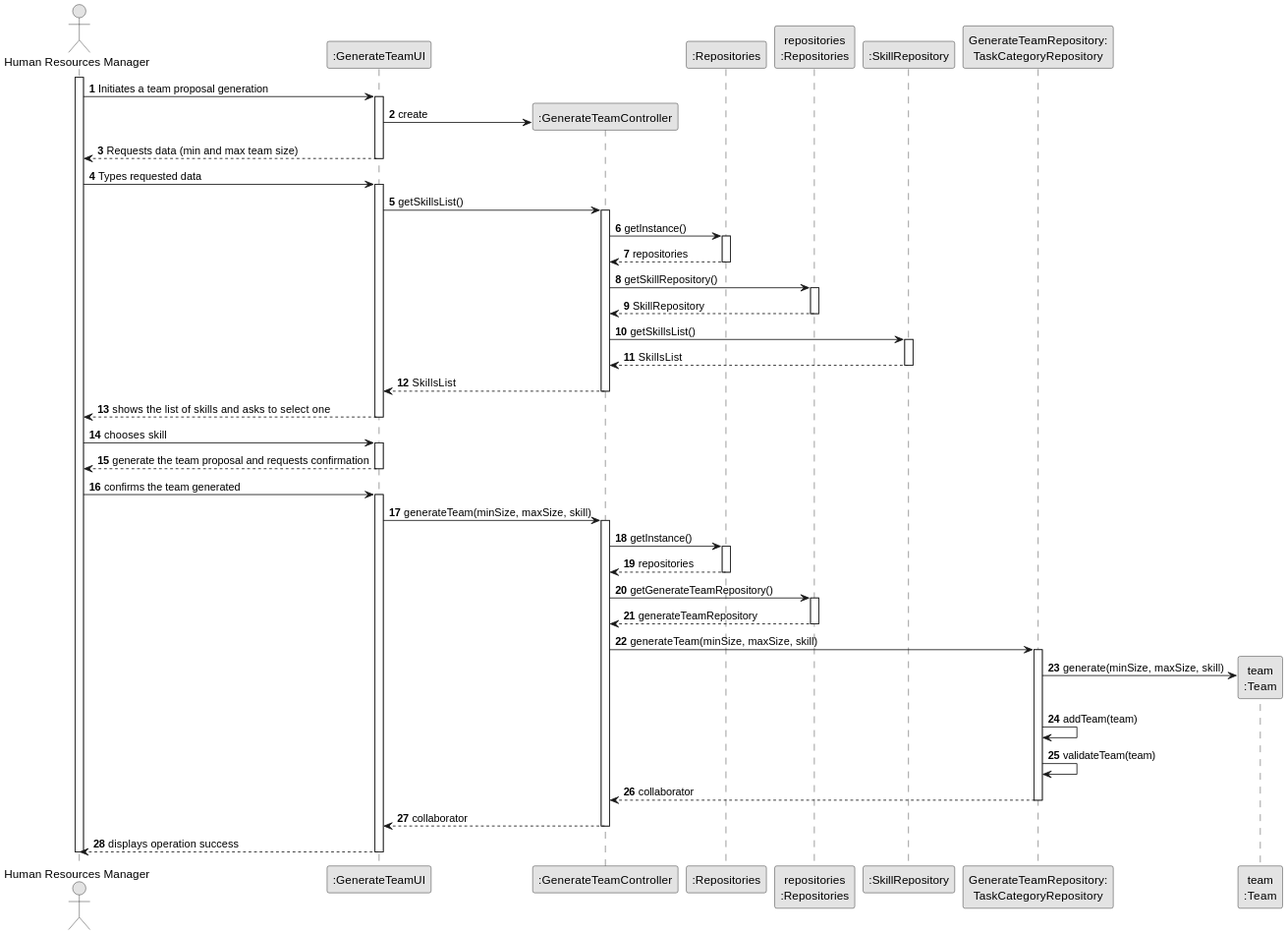
Before: docs/sprintA&B/us005/03.design/svg/us005-sequence-diagram-full.svg, a diagram exported from PlantUML (daniel41silva05/ISEP_2023_2024_LAPR2).
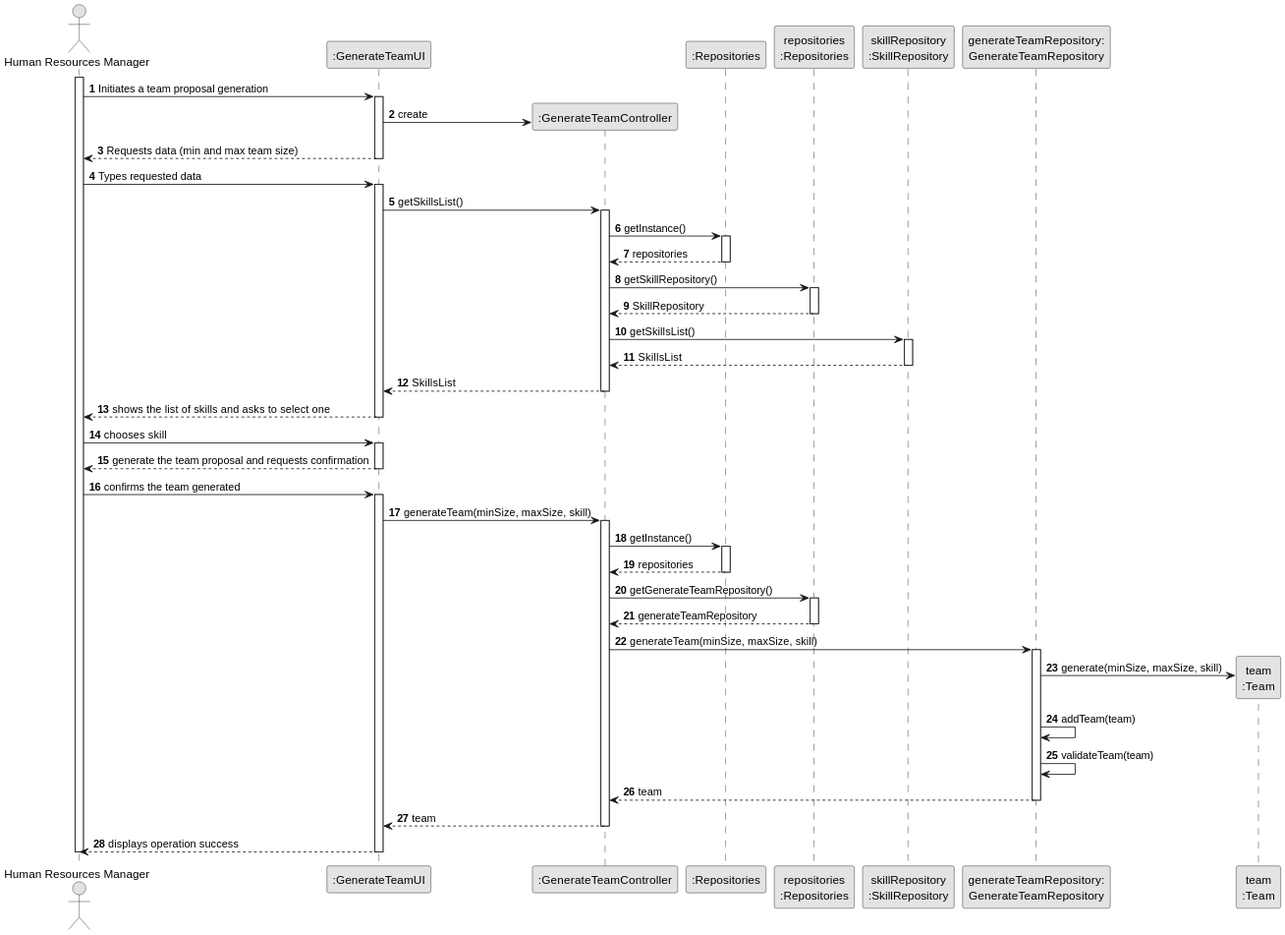
After the commit.

The edit, as a diff of the source:
```diff
@@ -10,8 +10,8 @@
 participant ":GenerateTeamController" as CTRL
 participant ":Repositories" as REP
 participant "repositories\n:Repositories" as REPS
-participant ":SkillRepository" as SREP
-participant "GenerateTeamRepository:\nTaskCategoryRepository" as GTREP
+participant "skillRepository\n:SkillRepository" as SREP
+participant "generateTeamRepository:\nGenerateTeamRepository" as GTREP
 participant "team\n:Team" as T
 
 
@@ -88,10 +88,10 @@
 
                 GTREP -> GTREP: validateTeam(team)
 
-            GTREP --> CTRL: collaborator
+            GTREP --> CTRL: team
             deactivate GTREP
 
-        CTRL --> UI: collaborator
+        CTRL --> UI: team
         deactivate CTRL
 
     UI --> HRM: displays operation success
```
